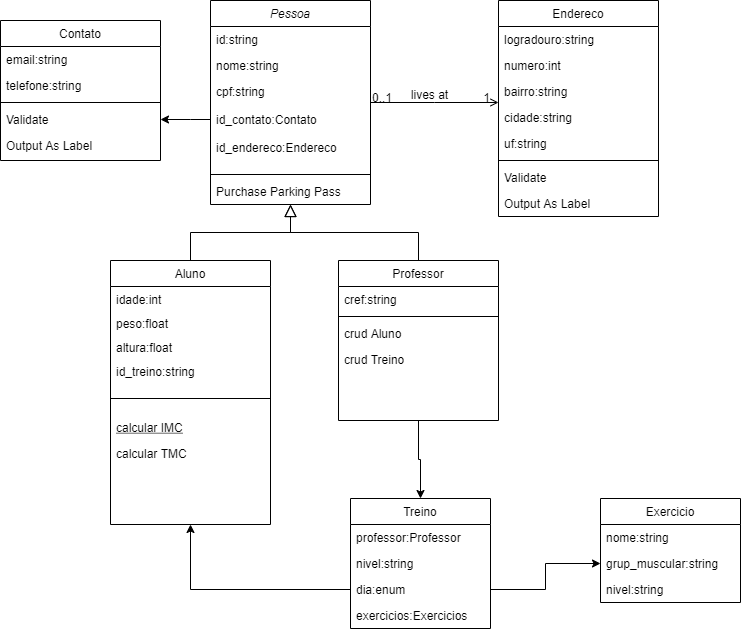
TuboFit/documentacao keeps this draw.io diagram as TurboFi Diagram.drawio.png. Above is the earlier version. Source tidied: cells renumbered, new cells last; positions are measured from the earlier drawing's top-left corner, leaving out a move shared by most shapes.
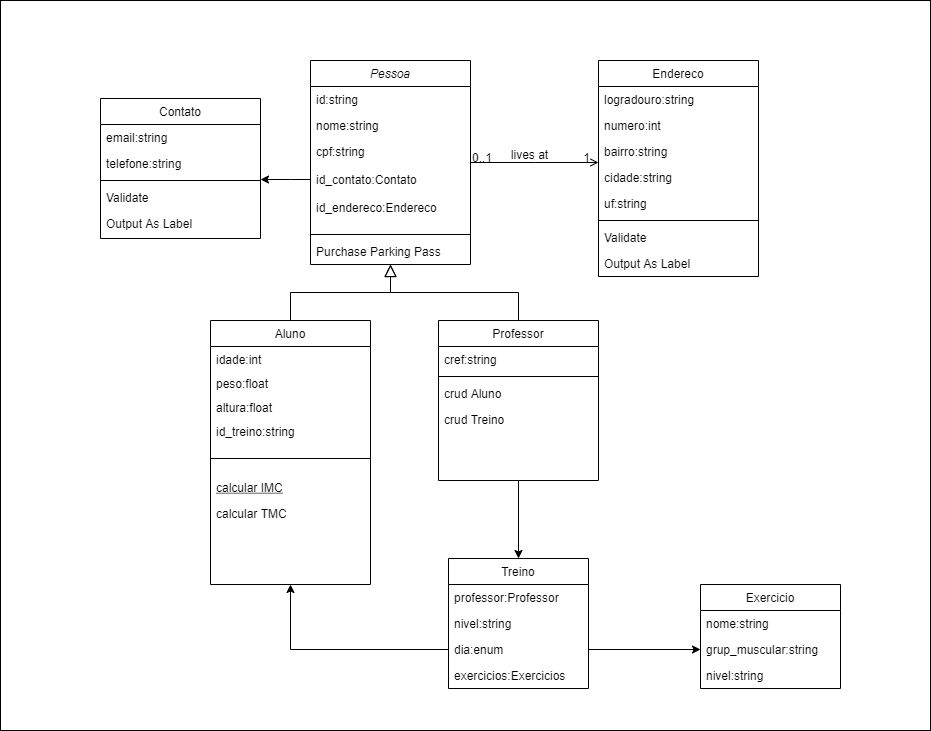
The same file after the commit.

Diff of the diagram source:
```diff
@@ -2,6 +2,9 @@
   <root>
     <mxCell id="0" />
     <mxCell id="1" parent="0" />
+    <mxCell id="55" style="rounded=0;whiteSpace=wrap;html=1;fillColor=#FFFFFF;" parent="1" vertex="1">
+      <mxGeometry x="-100" y="-60" width="930" height="730" as="geometry" />
+    </mxCell>
     <mxCell id="2" value="Pessoa" style="swimlane;fontStyle=2;align=center;verticalAlign=top;horizontal=1;startSize=26;rounded=0;shadow=0;strokeWidth=1;" parent="1" vertex="1">
       <mxGeometry x="210" width="160" height="204" as="geometry" />
     </mxCell>
@@ -116,7 +119,7 @@
       </mxGeometry>
     </mxCell>
     <mxCell id="37" value="Contato" style="swimlane;fontStyle=0;align=center;verticalAlign=top;horizontal=1;startSize=26;rounded=0;shadow=0;strokeWidth=1;" parent="1" vertex="1">
-      <mxGeometry y="20" width="160" height="140" as="geometry" />
+      <mxGeometry y="38" width="160" height="140" as="geometry" />
     </mxCell>
     <mxCell id="38" value="email:string" style="text;align=left;verticalAlign=top;spacingLeft=4;spacingRight=4;overflow=hidden;" parent="37" vertex="1">
       <mxGeometry y="26" width="160" height="26" as="geometry" />
@@ -133,8 +136,9 @@
     <mxCell id="42" value="Output As Label" style="text;align=left;verticalAlign=top;spacingLeft=4;spacingRight=4;overflow=hidden;" parent="37" vertex="1">
       <mxGeometry y="112" width="160" height="26" as="geometry" />
     </mxCell>
-    <mxCell id="43" style="edgeStyle=orthogonalEdgeStyle;rounded=0;jettySize=auto;html=1;" parent="1" edge="1" source="5" target="41">
+    <mxCell id="43" style="edgeStyle=orthogonalEdgeStyle;rounded=0;jettySize=auto;html=1;" parent="1" edge="1" source="5">
       <mxGeometry relative="1" as="geometry">
+        <mxPoint x="160" y="119" as="targetPoint" />
         <Array as="points">
           <mxPoint x="190" y="119" />
           <mxPoint x="190" y="119" />
@@ -142,7 +146,7 @@
       </mxGeometry>
     </mxCell>
     <mxCell id="44" value="Treino" style="swimlane;fontStyle=0;horizontal=1;startSize=26;" parent="1" vertex="1">
-      <mxGeometry x="350" y="498" width="140" height="130" as="geometry" />
+      <mxGeometry x="348" y="498" width="140" height="130" as="geometry" />
     </mxCell>
     <mxCell id="45" value="professor:Professor&#10;" style="text;strokeColor=none;fillColor=none;align=left;verticalAlign=top;spacingLeft=4;spacingRight=4;overflow=hidden;" parent="44" vertex="1">
       <mxGeometry y="26" width="140" height="26" as="geometry" />
@@ -157,7 +161,7 @@
       <mxGeometry y="104" width="140" height="26" as="geometry" />
     </mxCell>
     <mxCell id="49" value="Exercicio" style="swimlane;fontStyle=0;horizontal=1;startSize=26;" parent="1" vertex="1">
-      <mxGeometry x="600" y="498" width="140" height="104" as="geometry" />
+      <mxGeometry x="600" y="524" width="140" height="104" as="geometry" />
     </mxCell>
     <mxCell id="50" value="nome:string" style="text;strokeColor=none;fillColor=none;align=left;verticalAlign=top;spacingLeft=4;spacingRight=4;overflow=hidden;" parent="49" vertex="1">
       <mxGeometry y="26" width="140" height="26" as="geometry" />
```
